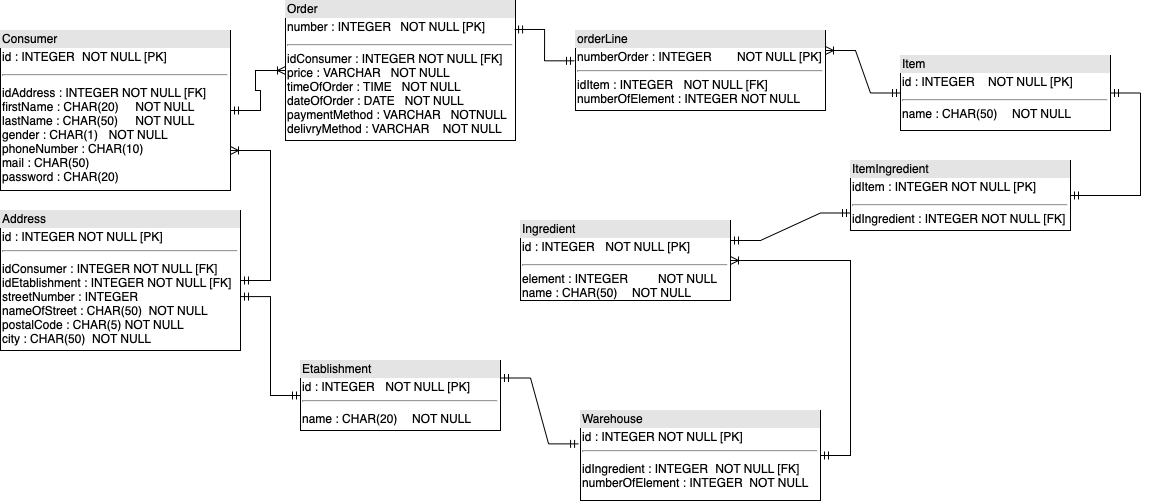
This is diagramme_mpd.drawio.png from YvesC88/Project-7, a draw.io export, as it was before one commit. Source tidied: cells renumbered, new cells last; positions are measured from the earlier drawing's top-left corner, leaving out a move shared by most shapes.
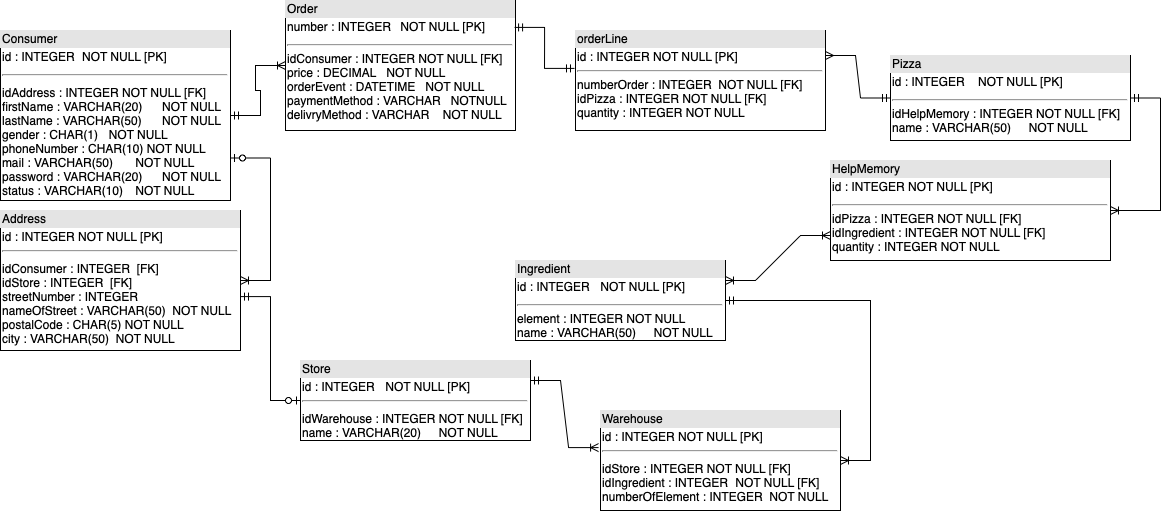
The same file after the commit.

What changed in the source:
```diff
@@ -2,55 +2,55 @@
   <root>
     <mxCell id="0" />
     <mxCell id="1" parent="0" />
-    <mxCell id="2" value="&lt;div style=&quot;box-sizing: border-box ; width: 100% ; background: #e4e4e4 ; padding: 2px&quot;&gt;Consumer&lt;/div&gt;&lt;table style=&quot;width: 100% ; font-size: 1em&quot; cellpadding=&quot;2&quot; cellspacing=&quot;0&quot;&gt;&lt;tbody&gt;&lt;tr&gt;&lt;td&gt;id : INTEGER&lt;span style=&quot;white-space: pre&quot;&gt;&#9;&lt;/span&gt;NOT NULL [PK]&lt;/td&gt;&lt;/tr&gt;&lt;tr&gt;&lt;td&gt;&lt;hr&gt;&lt;/td&gt;&lt;/tr&gt;&lt;tr&gt;&lt;td&gt;idAddress : INTEGER NOT NULL [FK]&lt;br&gt;firstName : CHAR(20)&lt;span style=&quot;white-space: pre&quot;&gt;&#9;&lt;/span&gt;NOT NULL&lt;br&gt;lastName : CHAR(50)&lt;span style=&quot;white-space: pre&quot;&gt;&#9;&lt;/span&gt;NOT NULL&lt;br&gt;gender : CHAR(1)&lt;span style=&quot;white-space: pre&quot;&gt;&#9;&lt;/span&gt;NOT NULL&lt;br&gt;phoneNumber : CHAR(10)&lt;br&gt;mail : CHAR(50)&lt;br&gt;password : CHAR(20)&lt;/td&gt;&lt;/tr&gt;&lt;/tbody&gt;&lt;/table&gt;" style="verticalAlign=top;align=left;overflow=fill;html=1;direction=east;" parent="1" vertex="1">
-      <mxGeometry y="30" width="230" height="160" as="geometry" />
+    <mxCell id="2" value="&lt;div style=&quot;box-sizing: border-box ; width: 100% ; background: #e4e4e4 ; padding: 2px&quot;&gt;Consumer&lt;/div&gt;&lt;table style=&quot;width: 100% ; font-size: 1em&quot; cellpadding=&quot;2&quot; cellspacing=&quot;0&quot;&gt;&lt;tbody&gt;&lt;tr&gt;&lt;td&gt;id : INTEGER&lt;span style=&quot;white-space: pre&quot;&gt;&#9;&lt;/span&gt;NOT NULL [PK]&lt;/td&gt;&lt;/tr&gt;&lt;tr&gt;&lt;td&gt;&lt;hr&gt;&lt;/td&gt;&lt;/tr&gt;&lt;tr&gt;&lt;td&gt;idAddress : INTEGER NOT NULL [FK]&lt;br&gt;firstName : VARCHAR(20)&lt;span style=&quot;white-space: pre&quot;&gt;&#9;&lt;/span&gt;NOT NULL&lt;br&gt;lastName : VARCHAR(50)&lt;span style=&quot;white-space: pre&quot;&gt;&#9;&lt;/span&gt;NOT NULL&lt;br&gt;gender : CHAR(1)&lt;span style=&quot;white-space: pre&quot;&gt;&#9;&lt;/span&gt;NOT NULL&lt;br&gt;phoneNumber : CHAR(10) NOT NULL&lt;br&gt;mail : VARCHAR(50)&lt;span style=&quot;white-space: pre&quot;&gt;&#9;NOT NULL&lt;/span&gt;&lt;br&gt;password : VARCHAR(20)&lt;span style=&quot;white-space: pre&quot;&gt;&#9;NOT NULL&lt;/span&gt;&lt;br&gt;status : VARCHAR(10)&lt;span style=&quot;white-space: pre&quot;&gt;&#9;NOT NULL&lt;/span&gt;&lt;/td&gt;&lt;/tr&gt;&lt;/tbody&gt;&lt;/table&gt;" style="verticalAlign=top;align=left;overflow=fill;html=1;direction=east;" parent="1" vertex="1">
+      <mxGeometry y="30" width="230" height="170" as="geometry" />
     </mxCell>
-    <mxCell id="3" value="&lt;div style=&quot;box-sizing: border-box ; width: 100% ; background: #e4e4e4 ; padding: 2px&quot;&gt;Order&lt;/div&gt;&lt;table style=&quot;width: 100% ; font-size: 1em&quot; cellpadding=&quot;2&quot; cellspacing=&quot;0&quot;&gt;&lt;tbody&gt;&lt;tr&gt;&lt;td&gt;number : INTEGER&lt;span style=&quot;white-space: pre&quot;&gt;&#9;&lt;/span&gt;&lt;span&gt;&amp;nbsp;&lt;span&gt;&#9;&lt;/span&gt;&lt;/span&gt;NOT NULL [PK]&lt;/td&gt;&lt;/tr&gt;&lt;tr&gt;&lt;td&gt;&lt;hr&gt;idConsumer : INTEGER NOT NULL [FK]&lt;br&gt;price : VARCHAR&lt;span&gt;&amp;nbsp; &amp;nbsp;&lt;/span&gt;NOT NULL&lt;br&gt;timeOfOrder : TIME &amp;nbsp;&amp;nbsp;&lt;span&gt;&lt;/span&gt;NOT NULL&lt;br&gt;dateOfOrder : DATE &amp;nbsp;&amp;nbsp;&lt;span&gt;&lt;/span&gt;NOT NULL&lt;br&gt;paymentMethod : VARCHAR &amp;nbsp;&amp;nbsp;&lt;span&gt;&lt;span&gt;&lt;/span&gt;&lt;/span&gt;NOTNULL&lt;br&gt;delivryMethod : VARCHAR&lt;span&gt;&#9;&lt;/span&gt;&amp;nbsp; &amp;nbsp;NOT NULL&lt;br&gt;&lt;/td&gt;&lt;/tr&gt;&lt;tr&gt;&lt;td&gt;&lt;/td&gt;&lt;/tr&gt;&lt;/tbody&gt;&lt;/table&gt;" style="verticalAlign=top;align=left;overflow=fill;html=1;" parent="1" vertex="1">
-      <mxGeometry x="285" width="230" height="140" as="geometry" />
+    <mxCell id="3" value="&lt;div style=&quot;box-sizing: border-box ; width: 100% ; background: #e4e4e4 ; padding: 2px&quot;&gt;Order&lt;/div&gt;&lt;table style=&quot;width: 100% ; font-size: 1em&quot; cellpadding=&quot;2&quot; cellspacing=&quot;0&quot;&gt;&lt;tbody&gt;&lt;tr&gt;&lt;td&gt;number : INTEGER&lt;span style=&quot;white-space: pre&quot;&gt;&#9;&lt;/span&gt;&lt;span&gt;&amp;nbsp;&lt;span&gt;&#9;&lt;/span&gt;&lt;/span&gt;NOT NULL [PK]&lt;/td&gt;&lt;/tr&gt;&lt;tr&gt;&lt;td&gt;&lt;hr&gt;idConsumer : INTEGER NOT NULL [FK]&lt;br&gt;price : DECIMAL&lt;span&gt;&amp;nbsp; &amp;nbsp;&lt;/span&gt;NOT NULL&lt;br&gt;orderEvent : DATETIME &amp;nbsp;&amp;nbsp;&lt;span&gt;&lt;/span&gt;NOT NULL&lt;br&gt;paymentMethod : VARCHAR &amp;nbsp;&amp;nbsp;&lt;span&gt;&lt;span&gt;&lt;/span&gt;&lt;/span&gt;NOTNULL&lt;br&gt;delivryMethod : VARCHAR&lt;span&gt;&#9;&lt;/span&gt;&amp;nbsp; &amp;nbsp;NOT NULL&lt;br&gt;&lt;/td&gt;&lt;/tr&gt;&lt;tr&gt;&lt;td&gt;&lt;/td&gt;&lt;/tr&gt;&lt;/tbody&gt;&lt;/table&gt;" style="verticalAlign=top;align=left;overflow=fill;html=1;" parent="1" vertex="1">
+      <mxGeometry x="285" width="230" height="130" as="geometry" />
     </mxCell>
-    <mxCell id="4" value="&lt;div style=&quot;box-sizing: border-box ; width: 100% ; background: #e4e4e4 ; padding: 2px&quot;&gt;Item&lt;/div&gt;&lt;table style=&quot;width: 100% ; font-size: 1em&quot; cellpadding=&quot;2&quot; cellspacing=&quot;0&quot;&gt;&lt;tbody&gt;&lt;tr&gt;&lt;td&gt;id : INTEGER &amp;nbsp; &amp;nbsp;NOT NULL [PK]&lt;br&gt;&lt;/td&gt;&lt;/tr&gt;&lt;tr&gt;&lt;td&gt;&lt;hr&gt;name : CHAR(50)&lt;span&gt;&#9;&lt;span style=&quot;white-space: pre&quot;&gt;&#9;&lt;/span&gt;&lt;/span&gt; NOT NULL&lt;br&gt;&lt;br&gt;&lt;/td&gt;&lt;/tr&gt;&lt;tr&gt;&lt;td&gt;&lt;/td&gt;&lt;/tr&gt;&lt;/tbody&gt;&lt;/table&gt;" style="verticalAlign=top;align=left;overflow=fill;html=1;" parent="1" vertex="1">
-      <mxGeometry x="900" y="55" width="210" height="75" as="geometry" />
+    <mxCell id="4" value="&lt;div style=&quot;box-sizing: border-box ; width: 100% ; background: #e4e4e4 ; padding: 2px&quot;&gt;Pizza&lt;/div&gt;&lt;table style=&quot;width: 100% ; font-size: 1em&quot; cellpadding=&quot;2&quot; cellspacing=&quot;0&quot;&gt;&lt;tbody&gt;&lt;tr&gt;&lt;td&gt;id : INTEGER &amp;nbsp; &amp;nbsp;NOT NULL [PK]&lt;br&gt;&lt;/td&gt;&lt;/tr&gt;&lt;tr&gt;&lt;td&gt;&lt;hr&gt;idHelpMemory : INTEGER NOT NULL [FK]&lt;br&gt;name : VARCHAR(50)&lt;span&gt;&#9;&lt;span style=&quot;white-space: pre&quot;&gt;&#9;&lt;/span&gt;&lt;/span&gt; NOT NULL&lt;br&gt;&lt;br&gt;&lt;/td&gt;&lt;/tr&gt;&lt;tr&gt;&lt;td&gt;&lt;/td&gt;&lt;/tr&gt;&lt;/tbody&gt;&lt;/table&gt;" style="verticalAlign=top;align=left;overflow=fill;html=1;" parent="1" vertex="1">
+      <mxGeometry x="890" y="55" width="240" height="85" as="geometry" />
     </mxCell>
-    <mxCell id="5" value="&lt;div style=&quot;box-sizing: border-box ; width: 100% ; background: #e4e4e4 ; padding: 2px&quot;&gt;Ingredient&lt;/div&gt;&lt;table style=&quot;width: 100% ; font-size: 1em&quot; cellpadding=&quot;2&quot; cellspacing=&quot;0&quot;&gt;&lt;tbody&gt;&lt;tr&gt;&lt;td&gt;id : INTEGER&lt;span style=&quot;white-space: pre&quot;&gt;&#9;&lt;/span&gt; NOT NULL [PK]&lt;br&gt;&lt;/td&gt;&lt;/tr&gt;&lt;tr&gt;&lt;td&gt;&lt;hr&gt;element : INTEGER&lt;span style=&quot;white-space: pre&quot;&gt;&#9;&lt;/span&gt; NOT NULL&lt;br&gt;name : CHAR(50)&lt;span style=&quot;white-space: pre&quot;&gt;&#9;&lt;/span&gt; NOT NULL&lt;br&gt;&lt;/td&gt;&lt;/tr&gt;&lt;tr&gt;&lt;td&gt;&lt;/td&gt;&lt;/tr&gt;&lt;/tbody&gt;&lt;/table&gt;" style="verticalAlign=top;align=left;overflow=fill;html=1;" parent="1" vertex="1">
-      <mxGeometry x="520" y="220" width="210" height="80" as="geometry" />
+    <mxCell id="5" value="&lt;div style=&quot;box-sizing: border-box ; width: 100% ; background: #e4e4e4 ; padding: 2px&quot;&gt;Ingredient&lt;/div&gt;&lt;table style=&quot;width: 100% ; font-size: 1em&quot; cellpadding=&quot;2&quot; cellspacing=&quot;0&quot;&gt;&lt;tbody&gt;&lt;tr&gt;&lt;td&gt;id : INTEGER&lt;span style=&quot;white-space: pre&quot;&gt;&#9;&lt;/span&gt; NOT NULL [PK]&lt;br&gt;&lt;/td&gt;&lt;/tr&gt;&lt;tr&gt;&lt;td&gt;&lt;hr&gt;element : INTEGER NOT NULL&lt;br&gt;name : VARCHAR(50)&lt;span style=&quot;white-space: pre&quot;&gt;&#9;&lt;/span&gt; NOT NULL&lt;br&gt;&lt;/td&gt;&lt;/tr&gt;&lt;tr&gt;&lt;td&gt;&lt;/td&gt;&lt;/tr&gt;&lt;/tbody&gt;&lt;/table&gt;" style="verticalAlign=top;align=left;overflow=fill;html=1;" parent="1" vertex="1">
+      <mxGeometry x="515" y="260" width="210" height="80" as="geometry" />
     </mxCell>
-    <mxCell id="6" value="&lt;div style=&quot;box-sizing: border-box ; width: 100% ; background: #e4e4e4 ; padding: 2px&quot;&gt;Warehouse&lt;/div&gt;&lt;table style=&quot;width: 100% ; font-size: 1em&quot; cellpadding=&quot;2&quot; cellspacing=&quot;0&quot;&gt;&lt;tbody&gt;&lt;tr&gt;&lt;td&gt;id : INTEGER NOT NULL [PK]&lt;br&gt;&lt;hr&gt;&lt;/td&gt;&lt;/tr&gt;&lt;tr&gt;&lt;td&gt;idIngredient : INTEGER &lt;span style=&quot;white-space: pre&quot;&gt;&#9;&lt;/span&gt;NOT NULL [FK]&lt;br&gt;numberOfElement : INTEGER&lt;span&gt;&#9;&lt;/span&gt;&amp;nbsp;NOT NULL&lt;br&gt;&lt;/td&gt;&lt;/tr&gt;&lt;tr&gt;&lt;td&gt;&lt;/td&gt;&lt;/tr&gt;&lt;/tbody&gt;&lt;/table&gt;" style="verticalAlign=top;align=left;overflow=fill;html=1;" parent="1" vertex="1">
-      <mxGeometry x="580" y="410" width="240" height="90" as="geometry" />
+    <mxCell id="6" value="&lt;div style=&quot;box-sizing: border-box ; width: 100% ; background: #e4e4e4 ; padding: 2px&quot;&gt;Warehouse&lt;/div&gt;&lt;table style=&quot;width: 100% ; font-size: 1em&quot; cellpadding=&quot;2&quot; cellspacing=&quot;0&quot;&gt;&lt;tbody&gt;&lt;tr&gt;&lt;td&gt;id : INTEGER NOT NULL [PK]&lt;br&gt;&lt;hr&gt;&lt;/td&gt;&lt;/tr&gt;&lt;tr&gt;&lt;td&gt;idStore : INTEGER NOT NULL [FK]&lt;br&gt;idIngredient : INTEGER &lt;span style=&quot;white-space: pre&quot;&gt;&#9;&lt;/span&gt;NOT NULL [FK]&lt;br&gt;numberOfElement : INTEGER&lt;span&gt;&#9;&lt;/span&gt;&amp;nbsp;NOT NULL&lt;br&gt;&lt;/td&gt;&lt;/tr&gt;&lt;tr&gt;&lt;td&gt;&lt;/td&gt;&lt;/tr&gt;&lt;/tbody&gt;&lt;/table&gt;" style="verticalAlign=top;align=left;overflow=fill;html=1;" parent="1" vertex="1">
+      <mxGeometry x="600" y="410" width="240" height="100" as="geometry" />
     </mxCell>
-    <mxCell id="7" value="&lt;div style=&quot;box-sizing: border-box ; width: 100% ; background: #e4e4e4 ; padding: 2px&quot;&gt;Etablishment&lt;/div&gt;&lt;table style=&quot;width: 100% ; font-size: 1em&quot; cellpadding=&quot;2&quot; cellspacing=&quot;0&quot;&gt;&lt;tbody&gt;&lt;tr&gt;&lt;td&gt;id : INTEGER&lt;span style=&quot;white-space: pre&quot;&gt;&#9;&lt;/span&gt; NOT NULL [PK]&lt;br&gt;&lt;hr&gt;&lt;/td&gt;&lt;/tr&gt;&lt;tr&gt;&lt;td&gt;name : CHAR(20)&lt;span style=&quot;white-space: pre&quot;&gt;&#9;&lt;/span&gt; NOT NULL&lt;br&gt;&lt;/td&gt;&lt;/tr&gt;&lt;tr&gt;&lt;td&gt;&lt;/td&gt;&lt;/tr&gt;&lt;/tbody&gt;&lt;/table&gt;" style="verticalAlign=top;align=left;overflow=fill;html=1;" parent="1" vertex="1">
-      <mxGeometry x="300" y="360" width="200" height="70" as="geometry" />
+    <mxCell id="7" value="&lt;div style=&quot;box-sizing: border-box ; width: 100% ; background: #e4e4e4 ; padding: 2px&quot;&gt;Store&lt;/div&gt;&lt;table style=&quot;width: 100% ; font-size: 1em&quot; cellpadding=&quot;2&quot; cellspacing=&quot;0&quot;&gt;&lt;tbody&gt;&lt;tr&gt;&lt;td&gt;id : INTEGER&lt;span style=&quot;white-space: pre&quot;&gt;&#9;&lt;/span&gt; NOT NULL [PK]&lt;br&gt;&lt;hr&gt;&lt;/td&gt;&lt;/tr&gt;&lt;tr&gt;&lt;td&gt;idWarehouse : INTEGER NOT NULL [FK]&lt;br&gt;name : VARCHAR(20)&lt;span style=&quot;white-space: pre&quot;&gt;&#9;&lt;/span&gt; NOT NULL&lt;br&gt;&lt;/td&gt;&lt;/tr&gt;&lt;tr&gt;&lt;td&gt;&lt;/td&gt;&lt;/tr&gt;&lt;/tbody&gt;&lt;/table&gt;" style="verticalAlign=top;align=left;overflow=fill;html=1;" parent="1" vertex="1">
+      <mxGeometry x="300" y="360" width="230" height="80" as="geometry" />
     </mxCell>
-    <mxCell id="8" value="&lt;div style=&quot;box-sizing: border-box ; width: 100% ; background: #e4e4e4 ; padding: 2px&quot;&gt;Address&lt;/div&gt;&lt;table style=&quot;width: 100% ; font-size: 1em&quot; cellpadding=&quot;2&quot; cellspacing=&quot;0&quot;&gt;&lt;tbody&gt;&lt;tr&gt;&lt;td&gt;id : INTEGER NOT NULL [PK]&lt;hr&gt;&lt;/td&gt;&lt;/tr&gt;&lt;tr&gt;&lt;td&gt;idConsumer : INTEGER NOT NULL [FK]&lt;br&gt;idEtablishment : INTEGER NOT NULL [FK]&lt;br&gt;streetNumber : INTEGER&lt;br&gt;nameOfStreet : CHAR(50)&amp;nbsp;&lt;span&gt;&#9;&lt;/span&gt;NOT NULL&lt;br&gt;postalCode : CHAR(5) &lt;span&gt;&#9;&lt;/span&gt;NOT NULL&lt;br&gt;city : CHAR(50)&amp;nbsp;&lt;span&gt;&#9;&lt;/span&gt;NOT NULL&lt;/td&gt;&lt;/tr&gt;&lt;tr&gt;&lt;td&gt;&lt;/td&gt;&lt;/tr&gt;&lt;/tbody&gt;&lt;/table&gt;" style="verticalAlign=top;align=left;overflow=fill;html=1;" parent="1" vertex="1">
+    <mxCell id="8" value="&lt;div style=&quot;box-sizing: border-box ; width: 100% ; background: #e4e4e4 ; padding: 2px&quot;&gt;Address&lt;/div&gt;&lt;table style=&quot;width: 100% ; font-size: 1em&quot; cellpadding=&quot;2&quot; cellspacing=&quot;0&quot;&gt;&lt;tbody&gt;&lt;tr&gt;&lt;td&gt;id : INTEGER NOT NULL [PK]&lt;hr&gt;&lt;/td&gt;&lt;/tr&gt;&lt;tr&gt;&lt;td&gt;idConsumer : INTEGER &amp;nbsp;[FK]&lt;br&gt;idStore : INTEGER &amp;nbsp;[FK]&lt;br&gt;streetNumber : INTEGER&lt;br&gt;nameOfStreet : VARCHAR(50)&amp;nbsp;&lt;span&gt;&#9;&lt;/span&gt;NOT NULL&lt;br&gt;postalCode : CHAR(5) &lt;span&gt;&#9;&lt;/span&gt;NOT NULL&lt;br&gt;city : VARCHAR(50)&amp;nbsp;&lt;span&gt;&#9;&lt;/span&gt;NOT NULL&lt;/td&gt;&lt;/tr&gt;&lt;tr&gt;&lt;td&gt;&lt;/td&gt;&lt;/tr&gt;&lt;/tbody&gt;&lt;/table&gt;" style="verticalAlign=top;align=left;overflow=fill;html=1;" parent="1" vertex="1">
       <mxGeometry y="210" width="240" height="140" as="geometry" />
     </mxCell>
-    <mxCell id="9" style="edgeStyle=entityRelationEdgeStyle;fontSize=12;html=1;endArrow=ERmandOne;startArrow=ERmandOne;rounded=0;exitX=1;exitY=0.615;exitDx=0;exitDy=0;exitPerimeter=0;" parent="1" edge="1" source="8" target="7">
+    <mxCell id="9" style="edgeStyle=entityRelationEdgeStyle;fontSize=12;html=1;endArrow=ERzeroToOne;startArrow=ERmandOne;rounded=0;exitX=1;exitY=0.615;exitDx=0;exitDy=0;exitPerimeter=0;endFill=0;" parent="1" edge="1" source="8" target="7">
       <mxGeometry relative="1" as="geometry" />
     </mxCell>
-    <mxCell id="10" value="&lt;div style=&quot;box-sizing: border-box ; width: 100% ; background: #e4e4e4 ; padding: 2px&quot;&gt;ItemIngredient&lt;/div&gt;&lt;table style=&quot;width: 100% ; font-size: 1em&quot; cellpadding=&quot;2&quot; cellspacing=&quot;0&quot;&gt;&lt;tbody&gt;&lt;tr&gt;&lt;td&gt;idItem : INTEGER NOT NULL [PK]&lt;/td&gt;&lt;/tr&gt;&lt;tr&gt;&lt;td&gt;&lt;hr&gt;idIngredient : INTEGER NOT NULL [FK]&lt;/td&gt;&lt;/tr&gt;&lt;/tbody&gt;&lt;/table&gt;" style="verticalAlign=top;align=left;overflow=fill;html=1;" parent="1" vertex="1">
-      <mxGeometry x="850" y="160" width="220" height="70" as="geometry" />
+    <mxCell id="10" value="&lt;div style=&quot;box-sizing: border-box ; width: 100% ; background: #e4e4e4 ; padding: 2px&quot;&gt;HelpMemory&lt;/div&gt;&lt;table style=&quot;width: 100% ; font-size: 1em&quot; cellpadding=&quot;2&quot; cellspacing=&quot;0&quot;&gt;&lt;tbody&gt;&lt;tr&gt;&lt;td&gt;id : INTEGER NOT NULL [PK]&lt;/td&gt;&lt;/tr&gt;&lt;tr&gt;&lt;td&gt;&lt;hr&gt;idPizza : INTEGER NOT NULL [FK]&lt;br&gt;idIngredient : INTEGER NOT NULL [FK]&lt;br&gt;quantity : INTEGER NOT NULL&lt;/td&gt;&lt;/tr&gt;&lt;/tbody&gt;&lt;/table&gt;" style="verticalAlign=top;align=left;overflow=fill;html=1;" parent="1" vertex="1">
+      <mxGeometry x="830" y="160" width="280" height="100" as="geometry" />
     </mxCell>
-    <mxCell id="11" style="edgeStyle=entityRelationEdgeStyle;fontSize=12;html=1;endArrow=ERmandOne;startArrow=ERmandOne;rounded=0;" parent="1" edge="1" source="10" target="4">
+    <mxCell id="11" style="edgeStyle=entityRelationEdgeStyle;fontSize=12;html=1;endArrow=ERmandOne;startArrow=ERoneToMany;rounded=0;startFill=0;" parent="1" edge="1" source="10" target="4">
       <mxGeometry relative="1" as="geometry" />
     </mxCell>
-    <mxCell id="12" style="edgeStyle=entityRelationEdgeStyle;fontSize=12;html=1;endArrow=ERmandOne;startArrow=ERmandOne;rounded=0;entryX=0;entryY=0.75;entryDx=0;entryDy=0;exitX=1;exitY=0.25;exitDx=0;exitDy=0;" parent="1" edge="1" source="5" target="10">
+    <mxCell id="12" style="edgeStyle=entityRelationEdgeStyle;fontSize=12;html=1;endArrow=ERoneToMany;startArrow=ERoneToMany;rounded=0;entryX=0;entryY=0.75;entryDx=0;entryDy=0;exitX=1;exitY=0.25;exitDx=0;exitDy=0;endFill=0;startFill=0;" parent="1" edge="1" source="5" target="10">
       <mxGeometry relative="1" as="geometry" />
     </mxCell>
-    <mxCell id="13" style="edgeStyle=entityRelationEdgeStyle;fontSize=12;html=1;endArrow=ERmandOne;startArrow=ERmandOne;rounded=0;exitX=1;exitY=0.25;exitDx=0;exitDy=0;entryX=-0.008;entryY=0.371;entryDx=0;entryDy=0;entryPerimeter=0;" parent="1" edge="1" source="7" target="6">
+    <mxCell id="13" style="edgeStyle=entityRelationEdgeStyle;fontSize=12;html=1;endArrow=ERoneToMany;startArrow=ERmandOne;rounded=0;exitX=1;exitY=0.25;exitDx=0;exitDy=0;entryX=-0.008;entryY=0.371;entryDx=0;entryDy=0;entryPerimeter=0;startFill=0;endFill=0;" parent="1" edge="1" source="7" target="6">
       <mxGeometry relative="1" as="geometry" />
     </mxCell>
-    <mxCell id="14" value="&lt;div style=&quot;box-sizing: border-box ; width: 100% ; background: #e4e4e4 ; padding: 2px&quot;&gt;orderLine&lt;/div&gt;&lt;table style=&quot;width: 100% ; font-size: 1em&quot; cellpadding=&quot;2&quot; cellspacing=&quot;0&quot;&gt;&lt;tbody&gt;&lt;tr&gt;&lt;td&gt;numberOrder : INTEGER &lt;span style=&quot;white-space: pre&quot;&gt;&#9;&lt;/span&gt;NOT NULL [PK]&lt;hr&gt;idItem : INTEGER &lt;span style=&quot;white-space: pre&quot;&gt;&#9;&lt;/span&gt;NOT NULL [FK]&lt;br&gt;numberOfElement : INTEGER NOT NULL&lt;/td&gt;&lt;/tr&gt;&lt;tr&gt;&lt;td&gt;&lt;br&gt;&lt;/td&gt;&lt;/tr&gt;&lt;tr&gt;&lt;td&gt;&lt;/td&gt;&lt;/tr&gt;&lt;/tbody&gt;&lt;/table&gt;" style="verticalAlign=top;align=left;overflow=fill;html=1;" parent="1" vertex="1">
-      <mxGeometry x="575" y="30" width="250" height="80" as="geometry" />
+    <mxCell id="14" value="&lt;div style=&quot;box-sizing: border-box ; width: 100% ; background: #e4e4e4 ; padding: 2px&quot;&gt;orderLine&lt;/div&gt;&lt;table style=&quot;width: 100% ; font-size: 1em&quot; cellpadding=&quot;2&quot; cellspacing=&quot;0&quot;&gt;&lt;tbody&gt;&lt;tr&gt;&lt;td&gt;id : INTEGER NOT NULL [PK]&lt;br&gt;&lt;hr&gt;numberOrder : INTEGER&amp;nbsp;&lt;span&gt;&#9;&lt;/span&gt;NOT NULL [FK]&lt;br&gt;idPizza : INTEGER &lt;span&gt;&#9;&lt;/span&gt;NOT NULL [FK]&lt;br&gt;quantity : INTEGER NOT NULL&lt;/td&gt;&lt;/tr&gt;&lt;tr&gt;&lt;td&gt;&lt;br&gt;&lt;/td&gt;&lt;/tr&gt;&lt;tr&gt;&lt;td&gt;&lt;/td&gt;&lt;/tr&gt;&lt;/tbody&gt;&lt;/table&gt;" style="verticalAlign=top;align=left;overflow=fill;html=1;" parent="1" vertex="1">
+      <mxGeometry x="575" y="30" width="250" height="100" as="geometry" />
     </mxCell>
     <mxCell id="15" style="edgeStyle=entityRelationEdgeStyle;fontSize=12;html=1;endArrow=ERmandOne;startArrow=ERmandOne;rounded=0;exitX=0.996;exitY=0.207;exitDx=0;exitDy=0;exitPerimeter=0;entryX=-0.004;entryY=0.379;entryDx=0;entryDy=0;entryPerimeter=0;" parent="1" edge="1" source="3" target="14">
       <mxGeometry relative="1" as="geometry" />
     </mxCell>
-    <mxCell id="16" style="edgeStyle=entityRelationEdgeStyle;fontSize=12;html=1;endArrow=ERoneToMany;startArrow=ERmandOne;rounded=0;" parent="1" edge="1" source="6" target="5">
+    <mxCell id="16" style="edgeStyle=entityRelationEdgeStyle;fontSize=12;html=1;endArrow=ERmandOne;startArrow=ERoneToMany;rounded=0;startFill=0;endFill=0;" parent="1" edge="1" source="6" target="5">
       <mxGeometry relative="1" as="geometry" />
     </mxCell>
-    <mxCell id="17" style="edgeStyle=entityRelationEdgeStyle;fontSize=12;html=1;endArrow=ERoneToMany;startArrow=ERmandOne;rounded=0;entryX=1;entryY=0.25;entryDx=0;entryDy=0;" parent="1" edge="1" source="4" target="14">
+    <mxCell id="17" style="edgeStyle=entityRelationEdgeStyle;fontSize=12;html=1;endArrow=ERmany;startArrow=ERmandOne;rounded=0;entryX=1;entryY=0.25;entryDx=0;entryDy=0;endFill=0;" parent="1" edge="1" source="4" target="14">
       <mxGeometry relative="1" as="geometry" />
     </mxCell>
-    <mxCell id="18" style="edgeStyle=entityRelationEdgeStyle;fontSize=12;html=1;endArrow=ERoneToMany;startArrow=ERmandOne;rounded=0;entryX=1;entryY=0.75;entryDx=0;entryDy=0;" parent="1" edge="1" source="8" target="2">
+    <mxCell id="18" style="edgeStyle=entityRelationEdgeStyle;fontSize=12;html=1;endArrow=ERzeroToOne;startArrow=ERoneToMany;rounded=0;entryX=1;entryY=0.75;entryDx=0;entryDy=0;startFill=0;endFill=0;" parent="1" edge="1" source="8" target="2">
       <mxGeometry relative="1" as="geometry" />
     </mxCell>
     <mxCell id="19" style="edgeStyle=entityRelationEdgeStyle;fontSize=12;html=1;endArrow=ERoneToMany;startArrow=ERmandOne;rounded=0;entryX=0;entryY=0.5;entryDx=0;entryDy=0;" parent="1" edge="1" source="2" target="3">
```
